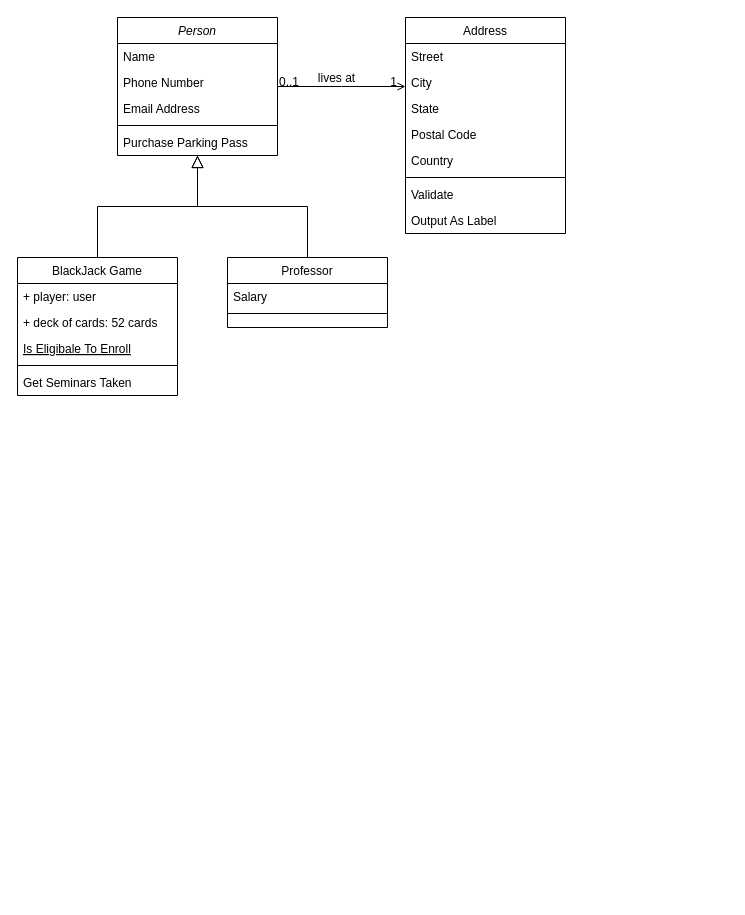
This is Untitled Diagram.drawio from marks214/oop-design-practice, a draw.io file, before an edit. Source tidied: cells renumbered, new cells numbered last; positions are measured from the earlier drawing's top-left corner, leaving out a move shared by most shapes. Both pictures are drawn from the tidied source at 100%, with x=0, y=0 at pixel (17, 17).
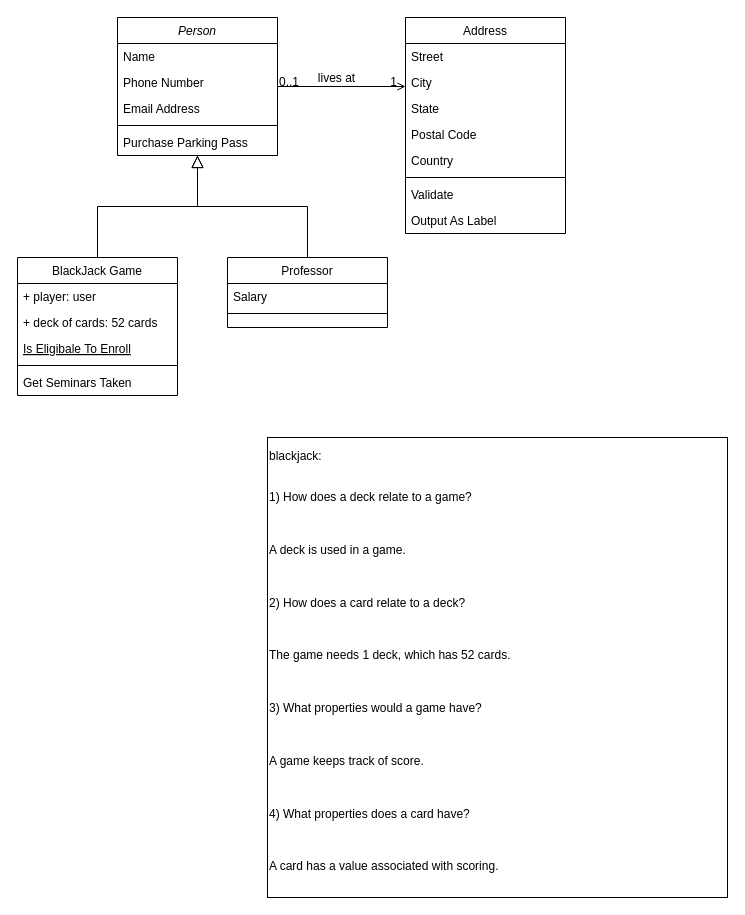
Above is the later version.

Diff of the diagram source:
```diff
@@
+    <mxCell id="32" value="&lt;span&gt;blackjack:&lt;/span&gt;&lt;br&gt;&lt;br&gt;&lt;p class=&quot;p1&quot;&gt;1) How does a deck relate to a game?&lt;/p&gt;&lt;br&gt;&lt;p class=&quot;p1&quot;&gt;&lt;span class=&quot;Apple-tab-span&quot;&gt;&lt;/span&gt;A deck is used in a game.&lt;/p&gt;&lt;br&gt;&lt;p class=&quot;p1&quot;&gt;2) How does a card relate to a deck?&lt;/p&gt;&lt;br&gt;&lt;p class=&quot;p1&quot;&gt;&lt;span class=&quot;Apple-tab-span&quot;&gt;&lt;/span&gt;The game needs 1 deck, which has 52 cards.&lt;/p&gt;&lt;br&gt;&lt;p class=&quot;p1&quot;&gt;3) What properties would a game have?&lt;/p&gt;&lt;br&gt;&lt;p class=&quot;p1&quot;&gt;&lt;span class=&quot;Apple-tab-span&quot;&gt;&lt;/span&gt;A game keeps track of score.&lt;/p&gt;&lt;br&gt;&lt;p class=&quot;p2&quot;&gt;&lt;/p&gt;&lt;p class=&quot;p1&quot;&gt;4) What properties does a card have?&lt;/p&gt;&lt;br&gt;&lt;p class=&quot;p1&quot;&gt;&lt;span class=&quot;Apple-tab-span&quot;&gt;&lt;/span&gt;A card has a value associated with scoring.&lt;/p&gt;" style="whiteSpace=wrap;html=1;align=left;" parent="1" vertex="1">
+      <mxGeometry x="250" y="420" width="460" height="460" as="geometry" />
+    </mxCell>
```
